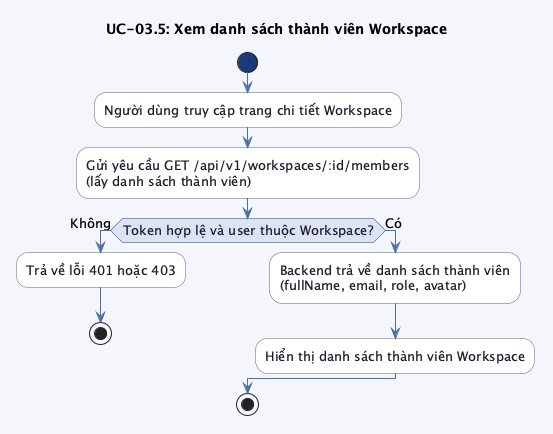
Before: src/images/chap3/activity_uc03_5.png, a diagram exported from PlantUML (trongnhan34vn/trello-report).
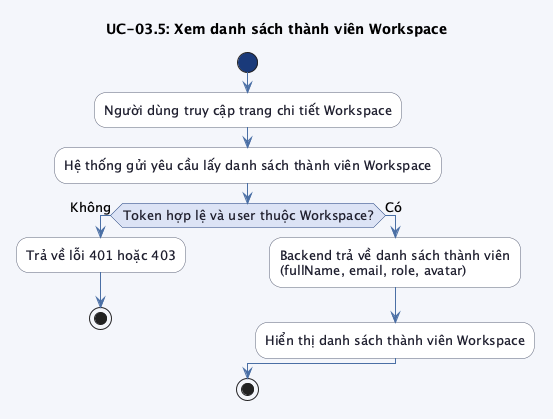
The same file after the commit.

The edit, as a diff of the source:
```diff
@@ -20,7 +20,7 @@
 start
 
 :Người dùng truy cập trang chi tiết Workspace;
-:Gửi yêu cầu GET /api/v1/workspaces/:id/members\n(lấy danh sách thành viên);
+:Hệ thống gửi yêu cầu lấy danh sách thành viên Workspace;
 
 if (Token hợp lệ và user thuộc Workspace?) then (Không)
     :Trả về lỗi 401 hoặc 403;
```
